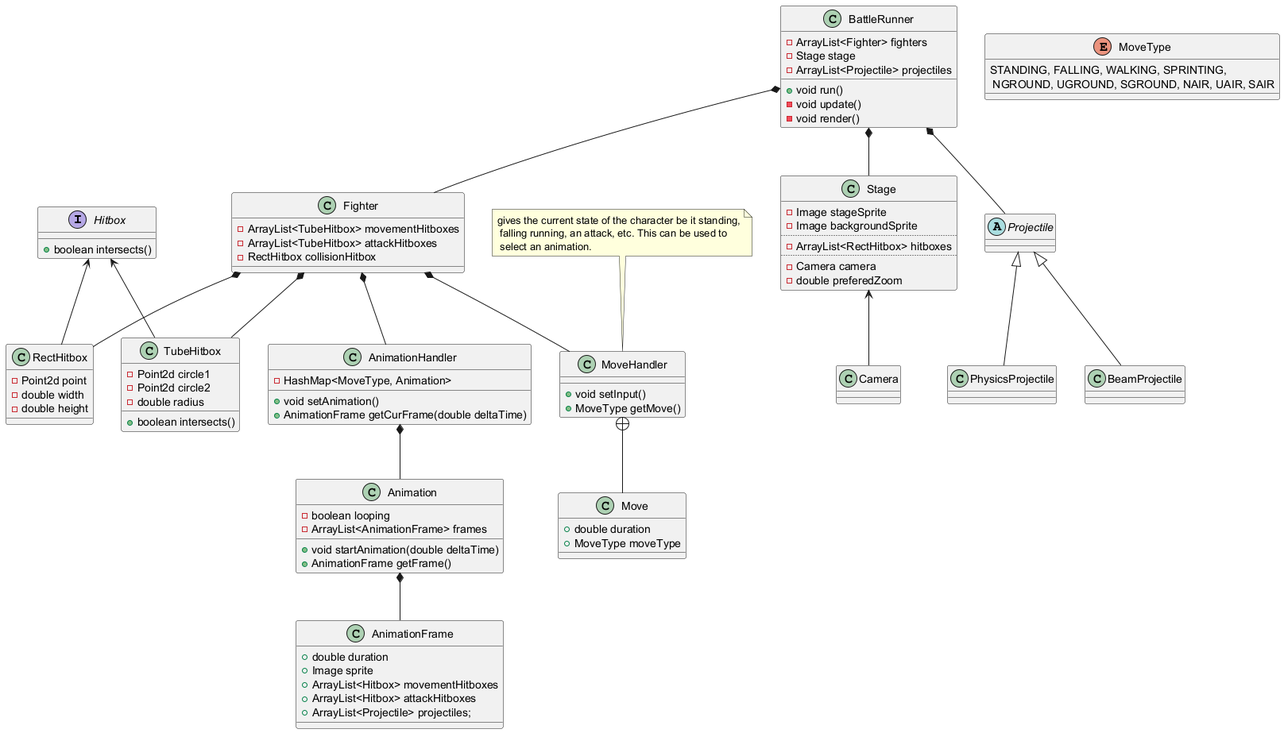
Before: uml-diagram/fighting-game-uml.png, a diagram exported from PlantUML (HedgehogKb/CharacterFightingGame).
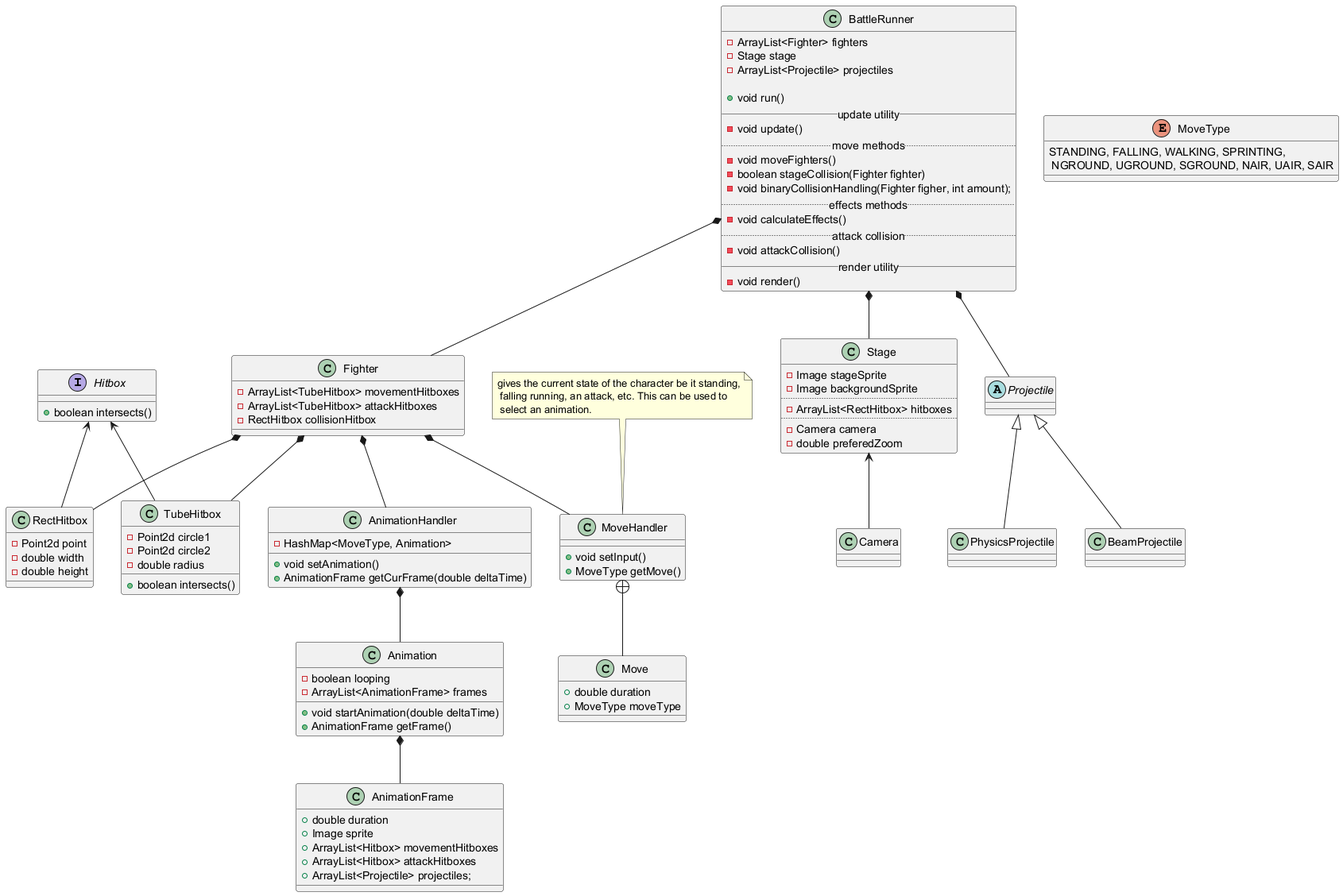
The same diagram one commit later.

The edit, as a diff of the source:
```diff
@@ -89,7 +89,17 @@
     - ArrayList<Projectile> projectiles
 
     + void run()
+    __ update utility __
     - void update()
+    .. move methods ..
+    - void moveFighters()
+    - boolean stageCollision(Fighter fighter)
+    - void binaryCollisionHandling(Fighter figher, int amount);
+    .. effects methods ..
+    - void calculateEffects()
+    .. attack collision ..
+    - void attackCollision()
+    __ render utility __
     - void render()
 }
 
```
